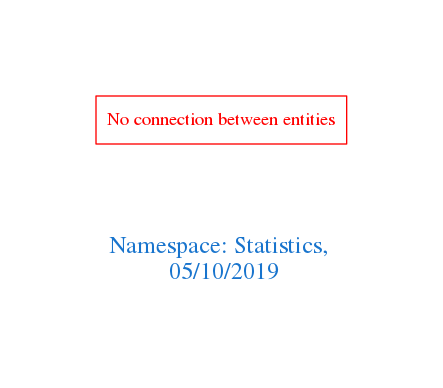
Before: downloads/Statistics.png, a diagram exported from Graphviz (arago/OGIT). Its source is kept beside it as downloads/Statistics.dot. Its diagram source:
```dot
digraph OGIT_ontology {
 graph [ rankdir= LR,pad=1
fontsize = 18,
fontcolor= dodgerblue3,label = "\n\n\nNamespace: Statistics, \n 05/10/2019"];
node[shape=polygon];
edge [  color="gray81"];

"No connection between entities" [fontcolor = "red",color="red", shape="polygon"]
}
```
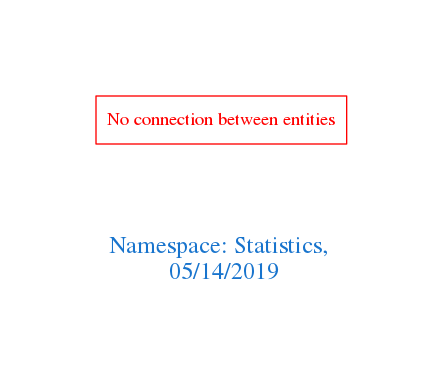
The same file after the commit.

The edit, as a diff of the source:
```diff
@@ -1,7 +1,7 @@
 digraph OGIT_ontology {
  graph [ rankdir= LR,pad=1
 fontsize = 18,
-fontcolor= dodgerblue3,label = "\n\n\nNamespace: Statistics, \n 05/10/2019"];
+fontcolor= dodgerblue3,label = "\n\n\nNamespace: Statistics, \n 05/14/2019"];
 node[shape=polygon];
 edge [  color="gray81"];
 
```
